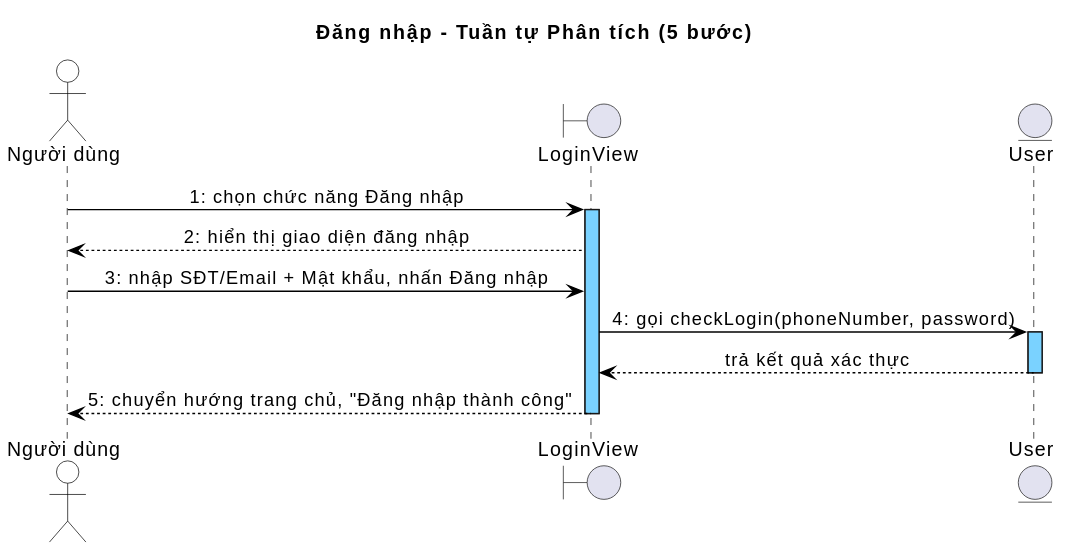
This is output/diagrams/account_seq_login_analysis.svg from thanhtrnnn/cnpm, a PlantUML export, as it was before one commit.
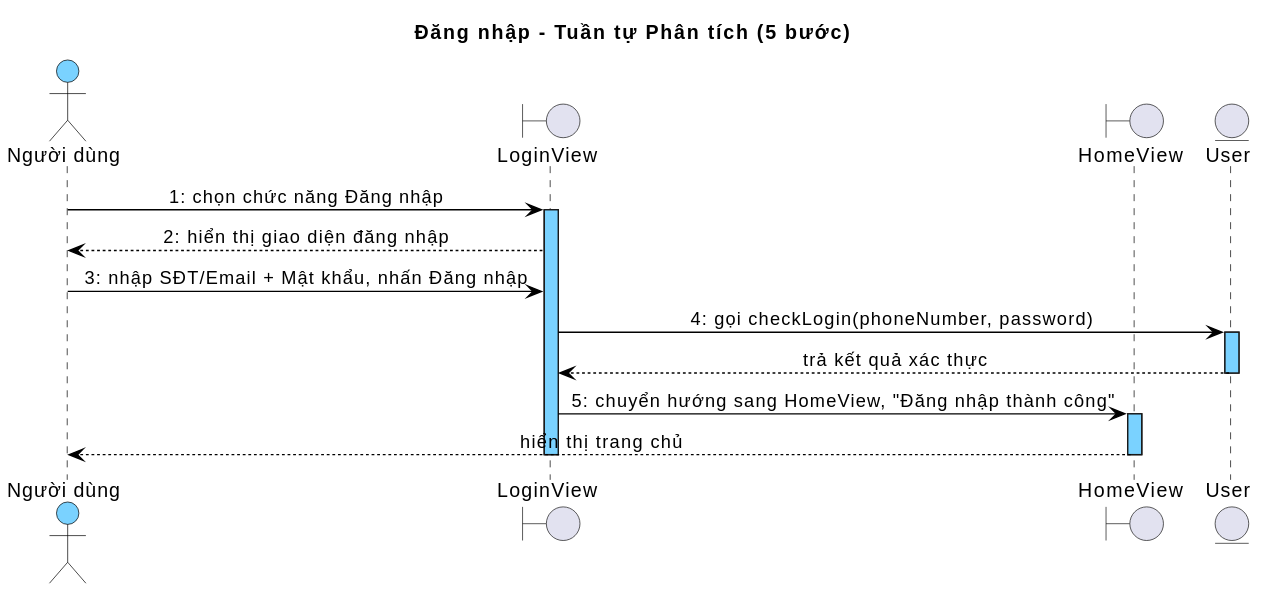
After the commit.

The edit, as a diff of the source:
```diff
@@ -17,12 +17,13 @@
 skinparam sequenceMessageFontColor #000000
 skinparam sequenceMessageFontSize 10
 skinparam sequenceActorBorderColor #000000
-skinparam sequenceActorBackgroundColor transparent
+skinparam sequenceActorBackgroundColor #7AD2FF
 skinparam sequenceActorFontColor #000000
 title Đăng nhập - Tuần tự Phân tích (5 bước)
 
 actor "Người dùng" as Actor
 boundary LoginView as B1
+boundary HomeView as B2
 entity User as E1
 
 Actor -> B1 : 1: chọn chức năng Đăng nhập
@@ -33,6 +34,9 @@
 activate E1
 E1 --> B1 : trả kết quả xác thực
 deactivate E1
-B1 --> Actor : 5: chuyển hướng trang chủ, "Đăng nhập thành công"
+B1 -> B2 : 5: chuyển hướng sang HomeView, "Đăng nhập thành công"
+activate B2
+B2 --> Actor : hiển thị trang chủ
+deactivate B2
 deactivate B1
 @enduml
```
